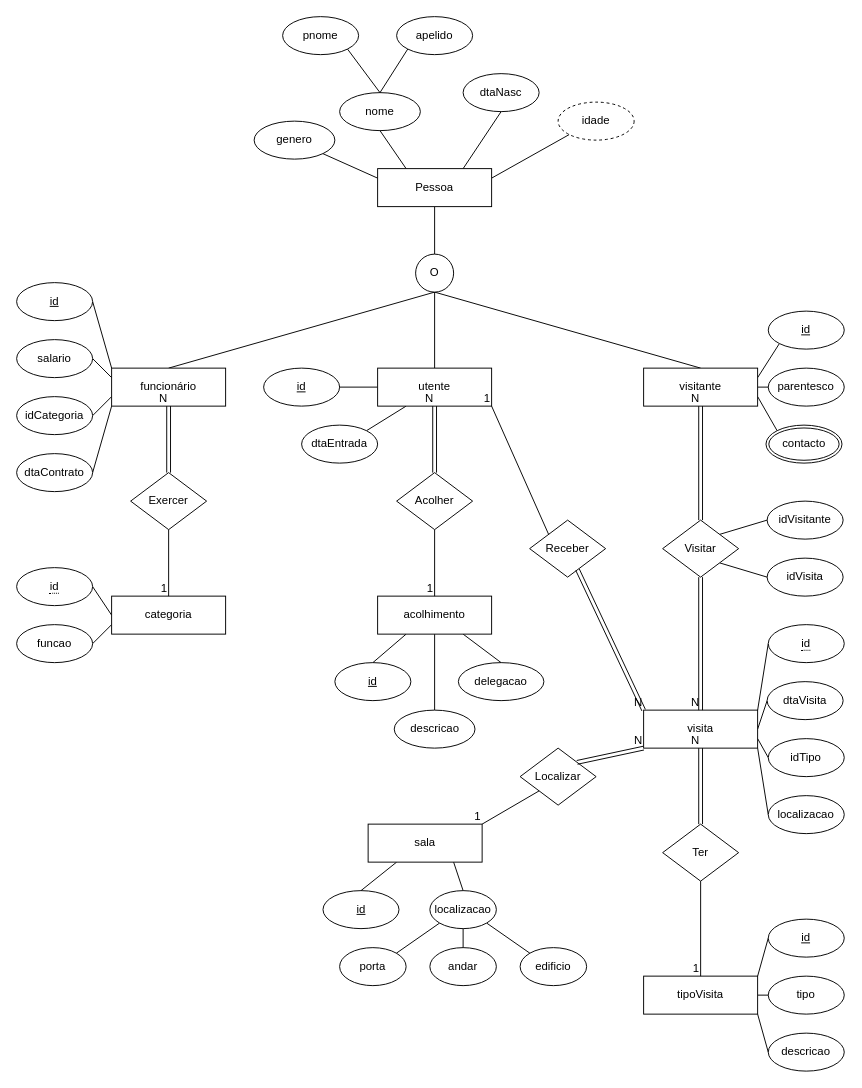
The draw.io diagram PROJETO/DER/E7_DER.drawio in doomiinguees/Project_BD, before the edit. Source tidied: cells renumbered, new cells numbered last; positions are measured from the earlier drawing's top-left corner, leaving out a move shared by most shapes. Both pictures are drawn from the tidied source at 95%, with x=0, y=0 at pixel (16, 16).
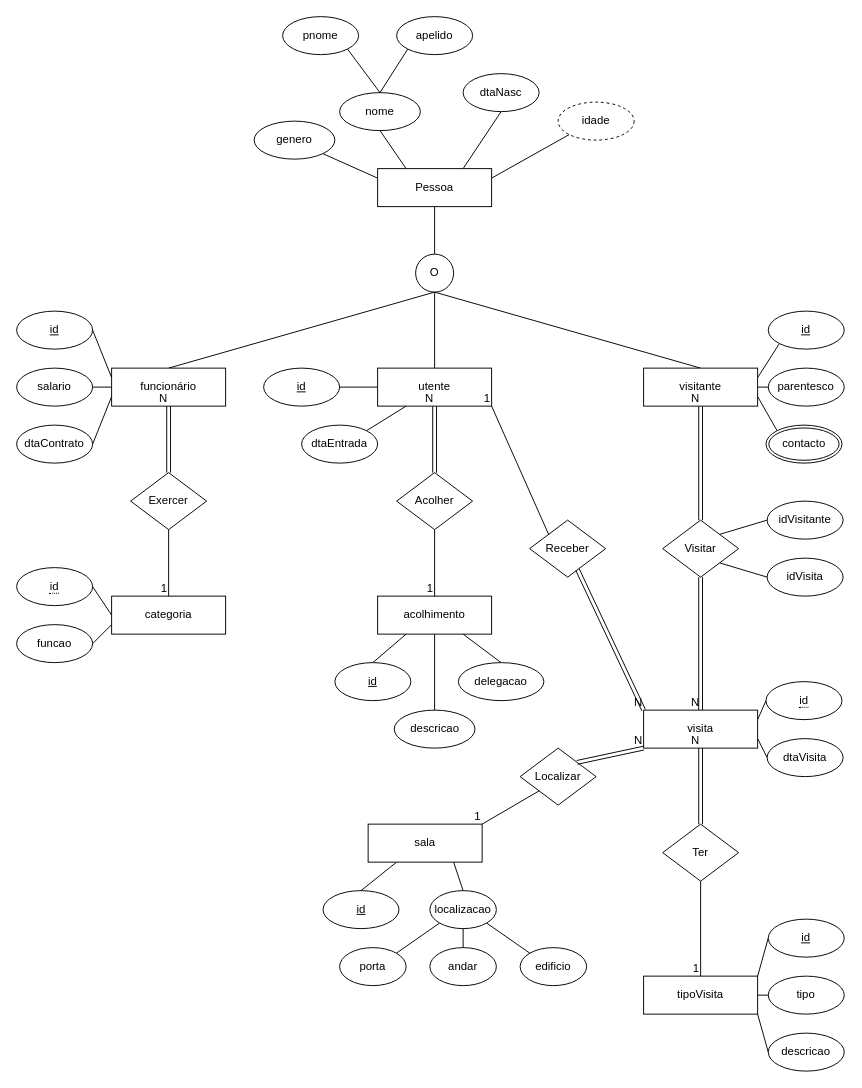
Above is the later version.

The change refers to these unchanged cells:
```xml
<mxCell id="23" value="funcionário" style="whiteSpace=wrap;html=1;align=center;" parent="1" vertex="1">
  <mxGeometry x="100" y="370" width="120" height="40" as="geometry" />
</mxCell>
<mxCell id="50" value="visita" style="whiteSpace=wrap;html=1;align=center;" parent="1" vertex="1">
  <mxGeometry x="660" y="730" width="120" height="40" as="geometry" />
</mxCell>
```

The edit, as a diff of the source:
```diff
@@
-    <mxCell id="19" style="edgeStyle=none;rounded=0;jettySize=auto;html=1;exitX=0;exitY=0;exitDx=0;exitDy=0;entryX=1;entryY=0.5;entryDx=0;entryDy=0;endArrow=none;endFill=0;" parent="1" edge="1" source="23" target="35">
+    <mxCell id="19" style="edgeStyle=none;rounded=0;jettySize=auto;html=1;exitX=0;exitY=0.25;exitDx=0;exitDy=0;entryX=1;entryY=0.5;entryDx=0;entryDy=0;endArrow=none;endFill=0;" parent="1" edge="1" source="23" target="35">
       <mxGeometry relative="1" as="geometry" />
     </mxCell>
-    <mxCell id="20" style="edgeStyle=none;rounded=0;jettySize=auto;html=1;exitX=0;exitY=0.75;exitDx=0;exitDy=0;entryX=1;entryY=0.5;entryDx=0;entryDy=0;endArrow=none;endFill=0;" parent="1" edge="1" source="23" target="33">
-      <mxGeometry relative="1" as="geometry" />
-    </mxCell>
-    <mxCell id="21" style="edgeStyle=none;rounded=0;jettySize=auto;html=1;exitX=0;exitY=0.25;exitDx=0;exitDy=0;entryX=1;entryY=0.5;entryDx=0;entryDy=0;endArrow=none;endFill=0;" parent="1" edge="1" source="23" target="34">
+    <mxCell id="21" style="edgeStyle=none;rounded=0;jettySize=auto;html=1;exitX=0;exitY=0.5;exitDx=0;exitDy=0;entryX=1;entryY=0.5;entryDx=0;entryDy=0;endArrow=none;endFill=0;" parent="1" edge="1" source="23" target="34">
       <mxGeometry relative="1" as="geometry" />
     </mxCell>
-    <mxCell id="22" style="edgeStyle=none;rounded=0;jettySize=auto;html=1;exitX=0;exitY=1;exitDx=0;exitDy=0;endArrow=none;endFill=0;entryX=1;entryY=0.5;entryDx=0;entryDy=0;" parent="1" edge="1" source="23" target="32">
+    <mxCell id="22" style="edgeStyle=none;rounded=0;jettySize=auto;html=1;exitX=0;exitY=0.75;exitDx=0;exitDy=0;endArrow=none;endFill=0;entryX=1;entryY=0.5;entryDx=0;entryDy=0;" parent="1" edge="1" source="23" target="32">
       <mxGeometry relative="1" as="geometry" />
     </mxCell>
@@
     <mxCell id="32" value="dtaContrato" style="ellipse;whiteSpace=wrap;html=1;align=center;" parent="1" vertex="1">
-      <mxGeometry y="460" width="80" height="40" as="geometry" />
+      <mxGeometry y="430" width="80" height="40" as="geometry" />
     </mxCell>
-    <mxCell id="33" value="idCategoria" style="ellipse;whiteSpace=wrap;html=1;align=center;" parent="1" vertex="1">
-      <mxGeometry y="400" width="80" height="40" as="geometry" />
-    </mxCell>
     <mxCell id="34" value="salario" style="ellipse;whiteSpace=wrap;html=1;align=center;" parent="1" vertex="1">
-      <mxGeometry y="340" width="80" height="40" as="geometry" />
+      <mxGeometry y="370" width="80" height="40" as="geometry" />
     </mxCell>
     <mxCell id="35" value="id" style="ellipse;whiteSpace=wrap;html=1;align=center;fontStyle=4;" parent="1" vertex="1">
-      <mxGeometry y="280" width="80" height="40" as="geometry" />
+      <mxGeometry y="310" width="80" height="40" as="geometry" />
     </mxCell>
@@
-    <mxCell id="46" style="edgeStyle=none;rounded=0;jettySize=auto;html=1;exitX=1;exitY=0.5;exitDx=0;exitDy=0;entryX=0;entryY=0.5;entryDx=0;entryDy=0;endArrow=none;endFill=0;" parent="1" edge="1" source="50" target="52">
+    <mxCell id="46" style="edgeStyle=none;rounded=0;jettySize=auto;html=1;entryX=0;entryY=0.5;entryDx=0;entryDy=0;endArrow=none;endFill=0;exitX=1;exitY=0.75;exitDx=0;exitDy=0;" parent="1" edge="1" source="50" target="52">
       <mxGeometry relative="1" as="geometry" />
     </mxCell>
-    <mxCell id="47" style="edgeStyle=none;rounded=0;jettySize=auto;html=1;exitX=1;exitY=0;exitDx=0;exitDy=0;entryX=0;entryY=0.5;entryDx=0;entryDy=0;endArrow=none;endFill=0;" parent="1" edge="1" source="50" target="51">
+    <mxCell id="47" style="edgeStyle=none;rounded=0;jettySize=auto;html=1;exitX=1;exitY=0.25;exitDx=0;exitDy=0;entryX=0;entryY=0.5;entryDx=0;entryDy=0;endArrow=none;endFill=0;" parent="1" edge="1" source="50" target="51">
       <mxGeometry relative="1" as="geometry" />
     </mxCell>
-    <mxCell id="48" style="edgeStyle=none;rounded=0;jettySize=auto;html=1;exitX=1;exitY=0.75;exitDx=0;exitDy=0;endArrow=none;endFill=0;entryX=0;entryY=0.5;entryDx=0;entryDy=0;" parent="1" edge="1" source="50" target="54">
-      <mxGeometry relative="1" as="geometry" />
-    </mxCell>
-    <mxCell id="49" style="edgeStyle=none;rounded=0;jettySize=auto;html=1;exitX=1;exitY=1;exitDx=0;exitDy=0;entryX=0;entryY=0.5;entryDx=0;entryDy=0;endArrow=none;endFill=0;" parent="1" edge="1" source="50" target="53">
-      <mxGeometry relative="1" as="geometry" />
-    </mxCell>
@@
     <mxCell id="51" value="&lt;span style=&quot;border-bottom: 1px dotted&quot;&gt;id&lt;/span&gt;" style="ellipse;whiteSpace=wrap;html=1;align=center;" parent="1" vertex="1">
-      <mxGeometry x="791.2" y="640" width="80" height="40" as="geometry" />
+      <mxGeometry x="788.8" y="700" width="80" height="40" as="geometry" />
     </mxCell>
     <mxCell id="52" value="dtaVisita" style="ellipse;whiteSpace=wrap;html=1;align=center;" parent="1" vertex="1">
-      <mxGeometry x="790" y="700" width="80" height="40" as="geometry" />
+      <mxGeometry x="790" y="760" width="80" height="40" as="geometry" />
     </mxCell>
-    <mxCell id="53" value="localizacao" style="ellipse;whiteSpace=wrap;html=1;align=center;" parent="1" vertex="1">
-      <mxGeometry x="791.2" y="820" width="80" height="40" as="geometry" />
-    </mxCell>
-    <mxCell id="54" value="idTipo" style="ellipse;whiteSpace=wrap;html=1;align=center;" parent="1" vertex="1">
-      <mxGeometry x="791.2" y="760" width="80" height="40" as="geometry" />
-    </mxCell>
@@
-    <mxCell id="59" style="edgeStyle=none;rounded=0;orthogonalLoop=1;jettySize=auto;html=1;exitX=0.5;exitY=1;exitDx=0;exitDy=0;" parent="1" edge="1" source="54" target="54">
-      <mxGeometry relative="1" as="geometry" />
-    </mxCell>
```
